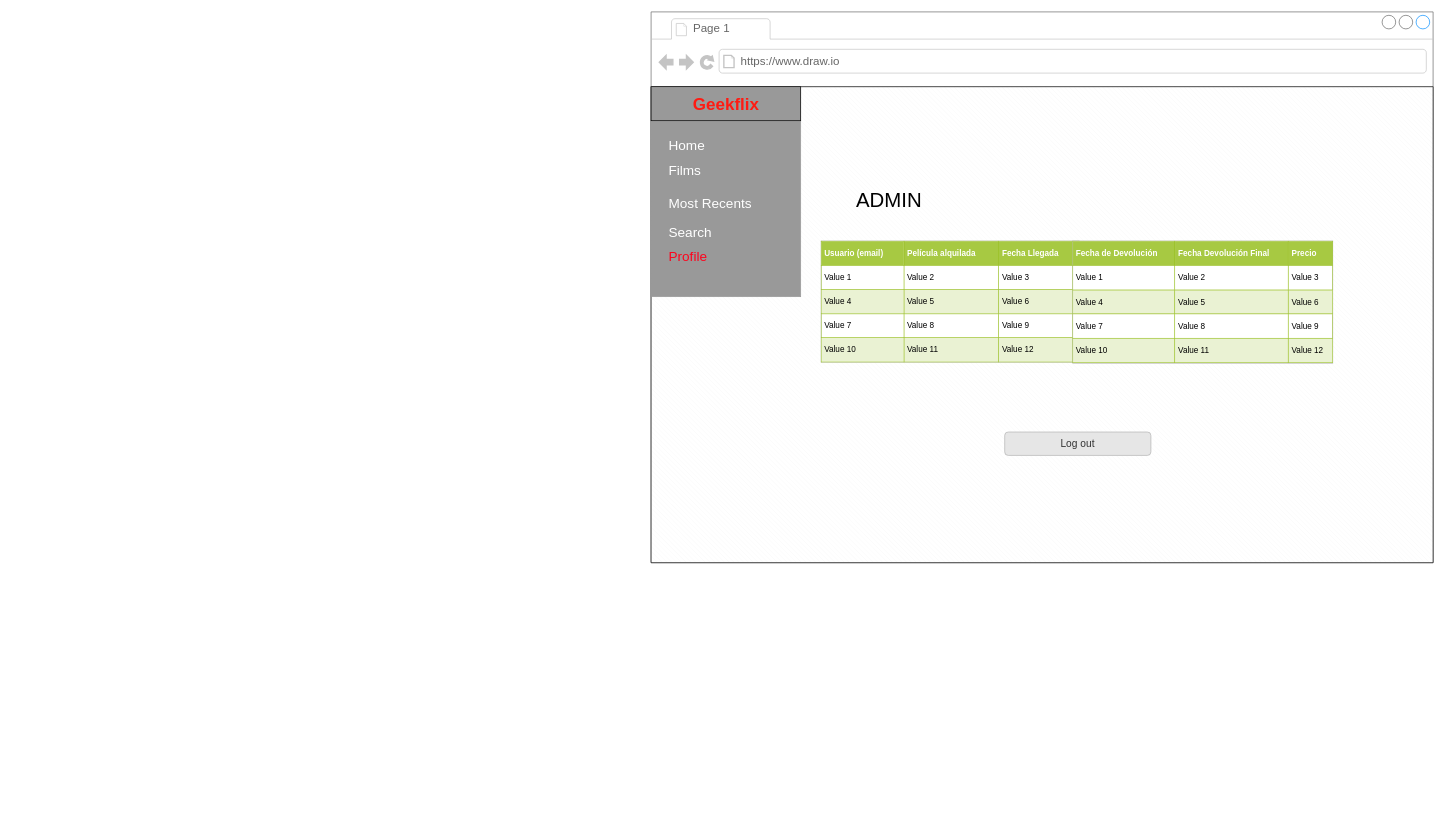
Before: diagrams/UserProfile.drawio in RafaLinaresMolina/fsd-frontend-films, a draw.io diagram. Source tidied: cells renumbered, new cells numbered last; positions are measured from the earlier drawing's top-left corner, leaving out a move shared by most shapes. Both pictures are drawn from the tidied source at 68%, with x=0, y=0 at pixel (651, 12).
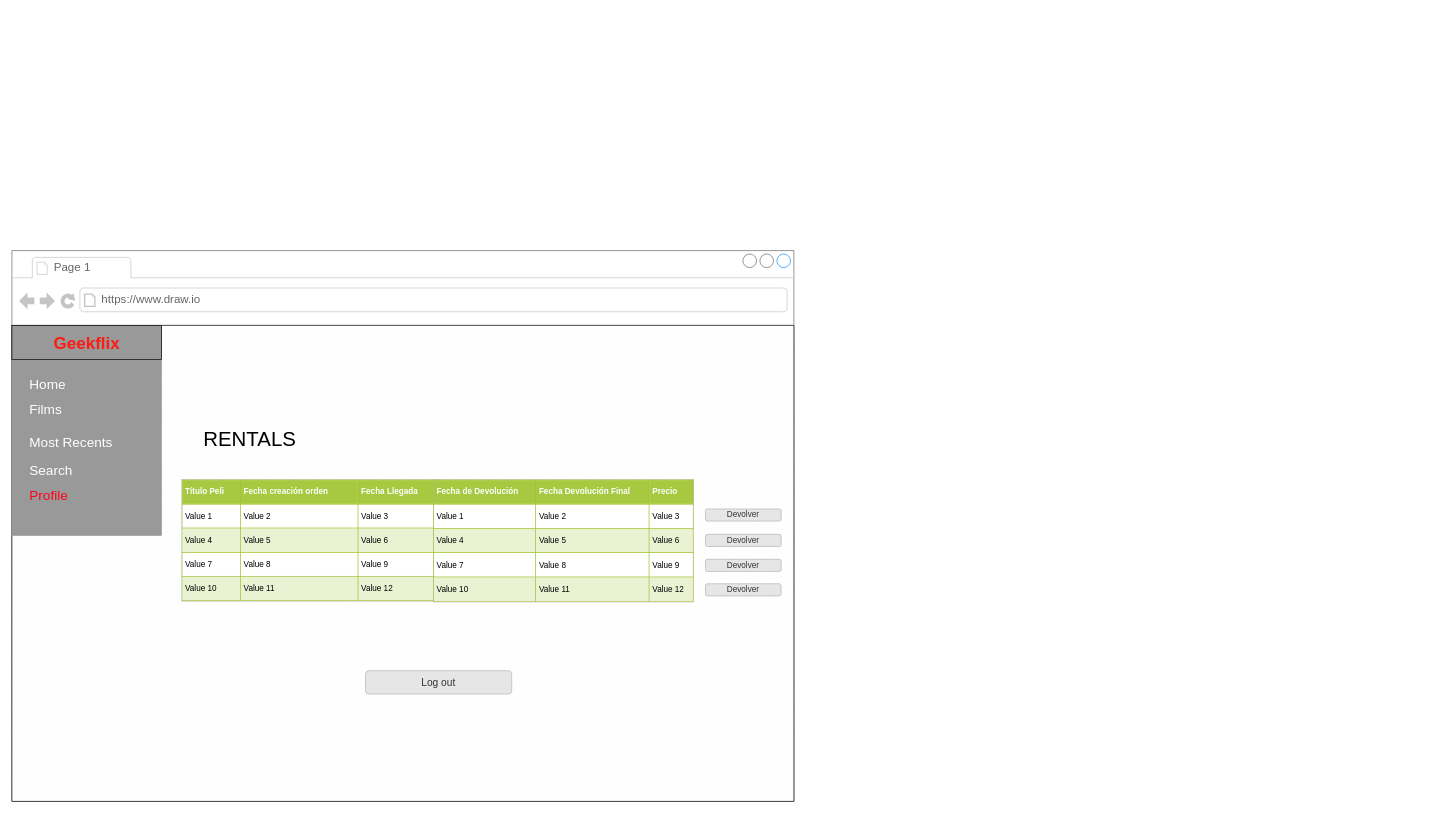
The same page after the edit.

Commit message:
UserProfile diagram fixed.

Diff of the diagram source:
```diff
@@
-    <mxCell id="2" style="strokeWidth=1;shadow=0;dashed=0;align=center;html=1;shape=mxgraph.mockup.containers.browserWindow;rSize=0;strokeColor=#666666;strokeColor2=#008cff;strokeColor3=#c4c4c4;mainText=,;" parent="1" vertex="1">
-      <mxGeometry width="1150" height="810" as="geometry" />
-    </mxCell>
+    <mxCell id="18" style="strokeWidth=1;shadow=0;dashed=0;align=center;html=1;shape=mxgraph.mockup.containers.browserWindow;rSize=0;strokeColor=#666666;strokeColor2=#008cff;strokeColor3=#c4c4c4;mainText=,;" parent="1" vertex="1">
+      <mxGeometry x="-940" y="351" width="1150" height="810" as="geometry" />
+    </mxCell>
-    <mxCell id="3" value="Page 1" style="strokeWidth=1;shadow=0;dashed=0;align=center;html=1;shape=mxgraph.mockup.containers.anchor;fontSize=17;fontColor=#666666;align=left;" parent="2" vertex="1">
+    <mxCell id="3" value="Page 1" style="strokeWidth=1;shadow=0;dashed=0;align=center;html=1;shape=mxgraph.mockup.containers.anchor;fontSize=17;fontColor=#666666;align=left;" parent="18" vertex="1">
       <mxGeometry x="60" y="12" width="110" height="26" as="geometry" />
     </mxCell>
-    <mxCell id="4" value="https://www.draw.io" style="strokeWidth=1;shadow=0;dashed=0;align=center;html=1;shape=mxgraph.mockup.containers.anchor;rSize=0;fontSize=17;fontColor=#666666;align=left;" parent="2" vertex="1">
+    <mxCell id="4" value="https://www.draw.io" style="strokeWidth=1;shadow=0;dashed=0;align=center;html=1;shape=mxgraph.mockup.containers.anchor;rSize=0;fontSize=17;fontColor=#666666;align=left;" parent="18" vertex="1">
       <mxGeometry x="130" y="60" width="250" height="26" as="geometry" />
     </mxCell>
-    <mxCell id="5" style="verticalLabelPosition=bottom;verticalAlign=top;html=1;shape=mxgraph.basic.patternFillRect;fillStyle=diagRev;step=5;fillStrokeWidth=0.2;fillStrokeColor=#dddddd;" parent="2" vertex="1">
+    <mxCell id="5" style="verticalLabelPosition=bottom;verticalAlign=top;html=1;shape=mxgraph.basic.patternFillRect;fillStyle=diagRev;step=5;fillStrokeWidth=0.2;fillStrokeColor=#dddddd;" parent="18" vertex="1">
       <mxGeometry y="110" width="1150" height="700" as="geometry" />
     </mxCell>
-    <mxCell id="6" value="&lt;table border=&quot;1&quot; width=&quot;100%&quot; cellpadding=&quot;4&quot; style=&quot;width: 100% ; height: 100% ; border-collapse: collapse&quot;&gt;&lt;tbody&gt;&lt;tr style=&quot;background-color: #a7c942 ; color: #ffffff ; border: 1px solid #98bf21&quot;&gt;&lt;th align=&quot;left&quot;&gt;Usuario (email)&lt;/th&gt;&lt;th align=&quot;left&quot;&gt;Película alquilada&lt;/th&gt;&lt;th align=&quot;left&quot;&gt;Fecha Llegada&lt;/th&gt;&lt;/tr&gt;&lt;tr style=&quot;border: 1px solid #98bf21&quot;&gt;&lt;td&gt;Value 1&lt;/td&gt;&lt;td&gt;Value 2&lt;/td&gt;&lt;td&gt;Value 3&lt;/td&gt;&lt;/tr&gt;&lt;tr style=&quot;background-color: #eaf2d3 ; border: 1px solid #98bf21&quot;&gt;&lt;td&gt;Value 4&lt;/td&gt;&lt;td&gt;Value 5&lt;/td&gt;&lt;td&gt;Value 6&lt;/td&gt;&lt;/tr&gt;&lt;tr style=&quot;border: 1px solid #98bf21&quot;&gt;&lt;td&gt;Value 7&lt;/td&gt;&lt;td&gt;Value 8&lt;/td&gt;&lt;td&gt;Value 9&lt;/td&gt;&lt;/tr&gt;&lt;tr style=&quot;background-color: #eaf2d3 ; border: 1px solid #98bf21&quot;&gt;&lt;td&gt;Value 10&lt;/td&gt;&lt;td&gt;Value 11&lt;/td&gt;&lt;td&gt;Value 12&lt;/td&gt;&lt;/tr&gt;&lt;/tbody&gt;&lt;/table&gt;" style="text;html=1;strokeColor=#c0c0c0;fillColor=#ffffff;overflow=fill;rounded=0;" parent="2" vertex="1">
-      <mxGeometry x="250" y="336.8" width="380" height="178.8" as="geometry" />
-    </mxCell>
+    <mxCell id="19" value="&lt;table border=&quot;1&quot; width=&quot;100%&quot; cellpadding=&quot;4&quot; style=&quot;width: 100% ; height: 100% ; border-collapse: collapse&quot;&gt;&lt;tbody&gt;&lt;tr style=&quot;background-color: #a7c942 ; color: #ffffff ; border: 1px solid #98bf21&quot;&gt;&lt;th align=&quot;left&quot;&gt;Título Peli&lt;/th&gt;&lt;th align=&quot;left&quot;&gt;Fecha creación orden&lt;/th&gt;&lt;th align=&quot;left&quot;&gt;Fecha Llegada&lt;/th&gt;&lt;/tr&gt;&lt;tr style=&quot;border: 1px solid #98bf21&quot;&gt;&lt;td&gt;Value 1&lt;/td&gt;&lt;td&gt;Value 2&lt;/td&gt;&lt;td&gt;Value 3&lt;/td&gt;&lt;/tr&gt;&lt;tr style=&quot;background-color: #eaf2d3 ; border: 1px solid #98bf21&quot;&gt;&lt;td&gt;Value 4&lt;/td&gt;&lt;td&gt;Value 5&lt;/td&gt;&lt;td&gt;Value 6&lt;/td&gt;&lt;/tr&gt;&lt;tr style=&quot;border: 1px solid #98bf21&quot;&gt;&lt;td&gt;Value 7&lt;/td&gt;&lt;td&gt;Value 8&lt;/td&gt;&lt;td&gt;Value 9&lt;/td&gt;&lt;/tr&gt;&lt;tr style=&quot;background-color: #eaf2d3 ; border: 1px solid #98bf21&quot;&gt;&lt;td&gt;Value 10&lt;/td&gt;&lt;td&gt;Value 11&lt;/td&gt;&lt;td&gt;Value 12&lt;/td&gt;&lt;/tr&gt;&lt;/tbody&gt;&lt;/table&gt;" style="text;html=1;strokeColor=#c0c0c0;fillColor=#ffffff;overflow=fill;rounded=0;" parent="18" vertex="1">
+      <mxGeometry x="250" y="336.8" width="380" height="178.8" as="geometry" />
+    </mxCell>
-    <mxCell id="7" value="&lt;table border=&quot;1&quot; width=&quot;100%&quot; cellpadding=&quot;4&quot; style=&quot;width: 100% ; height: 100% ; border-collapse: collapse&quot;&gt;&lt;tbody&gt;&lt;tr style=&quot;background-color: #a7c942 ; color: #ffffff ; border: 1px solid #98bf21&quot;&gt;&lt;th align=&quot;left&quot;&gt;Fecha de Devolución&lt;/th&gt;&lt;th align=&quot;left&quot;&gt;Fecha Devolución Final&lt;/th&gt;&lt;th align=&quot;left&quot;&gt;Precio&lt;/th&gt;&lt;/tr&gt;&lt;tr style=&quot;border: 1px solid #98bf21&quot;&gt;&lt;td&gt;Value 1&lt;/td&gt;&lt;td&gt;Value 2&lt;/td&gt;&lt;td&gt;Value 3&lt;/td&gt;&lt;/tr&gt;&lt;tr style=&quot;background-color: #eaf2d3 ; border: 1px solid #98bf21&quot;&gt;&lt;td&gt;Value 4&lt;/td&gt;&lt;td&gt;Value 5&lt;/td&gt;&lt;td&gt;Value 6&lt;/td&gt;&lt;/tr&gt;&lt;tr style=&quot;border: 1px solid #98bf21&quot;&gt;&lt;td&gt;Value 7&lt;/td&gt;&lt;td&gt;Value 8&lt;/td&gt;&lt;td&gt;Value 9&lt;/td&gt;&lt;/tr&gt;&lt;tr style=&quot;background-color: #eaf2d3 ; border: 1px solid #98bf21&quot;&gt;&lt;td&gt;Value 10&lt;/td&gt;&lt;td&gt;Value 11&lt;/td&gt;&lt;td&gt;Value 12&lt;/td&gt;&lt;/tr&gt;&lt;/tbody&gt;&lt;/table&gt;" style="text;html=1;strokeColor=#c0c0c0;fillColor=#ffffff;overflow=fill;rounded=0;" parent="2" vertex="1">
+    <mxCell id="7" value="&lt;table border=&quot;1&quot; width=&quot;100%&quot; cellpadding=&quot;4&quot; style=&quot;width: 100% ; height: 100% ; border-collapse: collapse&quot;&gt;&lt;tbody&gt;&lt;tr style=&quot;background-color: #a7c942 ; color: #ffffff ; border: 1px solid #98bf21&quot;&gt;&lt;th align=&quot;left&quot;&gt;Fecha de Devolución&lt;/th&gt;&lt;th align=&quot;left&quot;&gt;Fecha Devolución Final&lt;/th&gt;&lt;th align=&quot;left&quot;&gt;Precio&lt;/th&gt;&lt;/tr&gt;&lt;tr style=&quot;border: 1px solid #98bf21&quot;&gt;&lt;td&gt;Value 1&lt;/td&gt;&lt;td&gt;Value 2&lt;/td&gt;&lt;td&gt;Value 3&lt;/td&gt;&lt;/tr&gt;&lt;tr style=&quot;background-color: #eaf2d3 ; border: 1px solid #98bf21&quot;&gt;&lt;td&gt;Value 4&lt;/td&gt;&lt;td&gt;Value 5&lt;/td&gt;&lt;td&gt;Value 6&lt;/td&gt;&lt;/tr&gt;&lt;tr style=&quot;border: 1px solid #98bf21&quot;&gt;&lt;td&gt;Value 7&lt;/td&gt;&lt;td&gt;Value 8&lt;/td&gt;&lt;td&gt;Value 9&lt;/td&gt;&lt;/tr&gt;&lt;tr style=&quot;background-color: #eaf2d3 ; border: 1px solid #98bf21&quot;&gt;&lt;td&gt;Value 10&lt;/td&gt;&lt;td&gt;Value 11&lt;/td&gt;&lt;td&gt;Value 12&lt;/td&gt;&lt;/tr&gt;&lt;/tbody&gt;&lt;/table&gt;" style="text;html=1;strokeColor=#c0c0c0;fillColor=#ffffff;overflow=fill;rounded=0;" parent="18" vertex="1">
       <mxGeometry x="620" y="336.8" width="382.5" height="180" as="geometry" />
     </mxCell>
-    <mxCell id="8" style="strokeWidth=1;shadow=0;dashed=0;align=center;html=1;shape=mxgraph.mockup.forms.rrect;rSize=0;strokeColor=#999999;labelBackgroundColor=none;fontSize=25;fontColor=#FFFFFF;fillColor=#999999;" parent="2" vertex="1">
+    <mxCell id="8" style="strokeWidth=1;shadow=0;dashed=0;align=center;html=1;shape=mxgraph.mockup.forms.rrect;rSize=0;strokeColor=#999999;labelBackgroundColor=none;fontSize=25;fontColor=#FFFFFF;fillColor=#999999;" parent="18" vertex="1">
       <mxGeometry y="110" width="220" height="308.8" as="geometry" />
     </mxCell>
@@
-    <mxCell id="10" style="strokeWidth=1;shadow=0;dashed=0;align=center;html=1;shape=mxgraph.mockup.forms.anchor;fontSize=17;fontColor=#666666;align=left;spacingLeft=5;" parent="8" vertex="1">
-      <mxGeometry width="220" height="20" relative="1" as="geometry">
-        <mxPoint y="50" as="offset" />
-      </mxGeometry>
-    </mxCell>
+    <mxCell id="20" style="strokeWidth=1;shadow=0;dashed=0;align=center;html=1;shape=mxgraph.mockup.forms.anchor;fontSize=17;fontColor=#666666;align=left;spacingLeft=5;" parent="8" vertex="1">
+      <mxGeometry width="220" height="20" relative="1" as="geometry">
+        <mxPoint y="50" as="offset" />
+      </mxGeometry>
+    </mxCell>
@@
-    <mxCell id="16" value="&lt;font style=&quot;font-size: 30px&quot;&gt;ADMIN&lt;/font&gt;" style="text;html=1;strokeColor=none;fillColor=none;align=center;verticalAlign=middle;whiteSpace=wrap;rounded=0;" parent="2" vertex="1">
-      <mxGeometry x="300" y="267.8" width="100" height="19" as="geometry" />
-    </mxCell>
+    <mxCell id="21" value="&lt;font style=&quot;font-size: 30px&quot;&gt;RENTALS&lt;/font&gt;" style="text;html=1;strokeColor=none;fillColor=none;align=center;verticalAlign=middle;whiteSpace=wrap;rounded=0;" parent="18" vertex="1">
+      <mxGeometry x="300" y="267.8" width="100" height="19" as="geometry" />
+    </mxCell>
-    <mxCell id="17" value="&lt;font style=&quot;font-size: 15px&quot;&gt;Log out&lt;/font&gt;" style="rounded=1;html=1;shadow=0;dashed=0;whiteSpace=wrap;fontSize=10;fillColor=#E6E6E6;align=center;strokeColor=#B3B3B3;fontColor=#333333;" parent="2" vertex="1">
+    <mxCell id="17" value="&lt;font style=&quot;font-size: 15px&quot;&gt;Log out&lt;/font&gt;" style="rounded=1;html=1;shadow=0;dashed=0;whiteSpace=wrap;fontSize=10;fillColor=#E6E6E6;align=center;strokeColor=#B3B3B3;fontColor=#333333;" parent="18" vertex="1">
       <mxGeometry x="520" y="617.8" width="215" height="34.4" as="geometry" />
     </mxCell>
+    <mxCell id="22" value="&lt;span style=&quot;font-size: 12px&quot;&gt;Devolver&lt;/span&gt;" style="rounded=1;html=1;shadow=0;dashed=0;whiteSpace=wrap;fontSize=10;fillColor=#E6E6E6;align=center;strokeColor=#B3B3B3;fontColor=#333333;" parent="18" vertex="1">
+      <mxGeometry x="1020" y="380" width="111.2" height="17.8" as="geometry" />
+    </mxCell>
+    <mxCell id="23" value="&lt;span style=&quot;font-size: 12px&quot;&gt;Devolver&lt;/span&gt;" style="rounded=1;html=1;shadow=0;dashed=0;whiteSpace=wrap;fontSize=10;fillColor=#E6E6E6;align=center;strokeColor=#B3B3B3;fontColor=#333333;" parent="18" vertex="1">
+      <mxGeometry x="1020" y="417.3" width="111.2" height="17.8" as="geometry" />
+    </mxCell>
+    <mxCell id="24" value="&lt;span style=&quot;font-size: 12px&quot;&gt;Devolver&lt;/span&gt;" style="rounded=1;html=1;shadow=0;dashed=0;whiteSpace=wrap;fontSize=10;fillColor=#E6E6E6;align=center;strokeColor=#B3B3B3;fontColor=#333333;" parent="18" vertex="1">
+      <mxGeometry x="1020" y="454" width="111.2" height="17.8" as="geometry" />
+    </mxCell>
+    <mxCell id="25" value="&lt;span style=&quot;font-size: 12px&quot;&gt;Devolver&lt;/span&gt;" style="rounded=1;html=1;shadow=0;dashed=0;whiteSpace=wrap;fontSize=10;fillColor=#E6E6E6;align=center;strokeColor=#B3B3B3;fontColor=#333333;" parent="18" vertex="1">
+      <mxGeometry x="1020" y="490" width="111.2" height="17.8" as="geometry" />
+    </mxCell>
```
